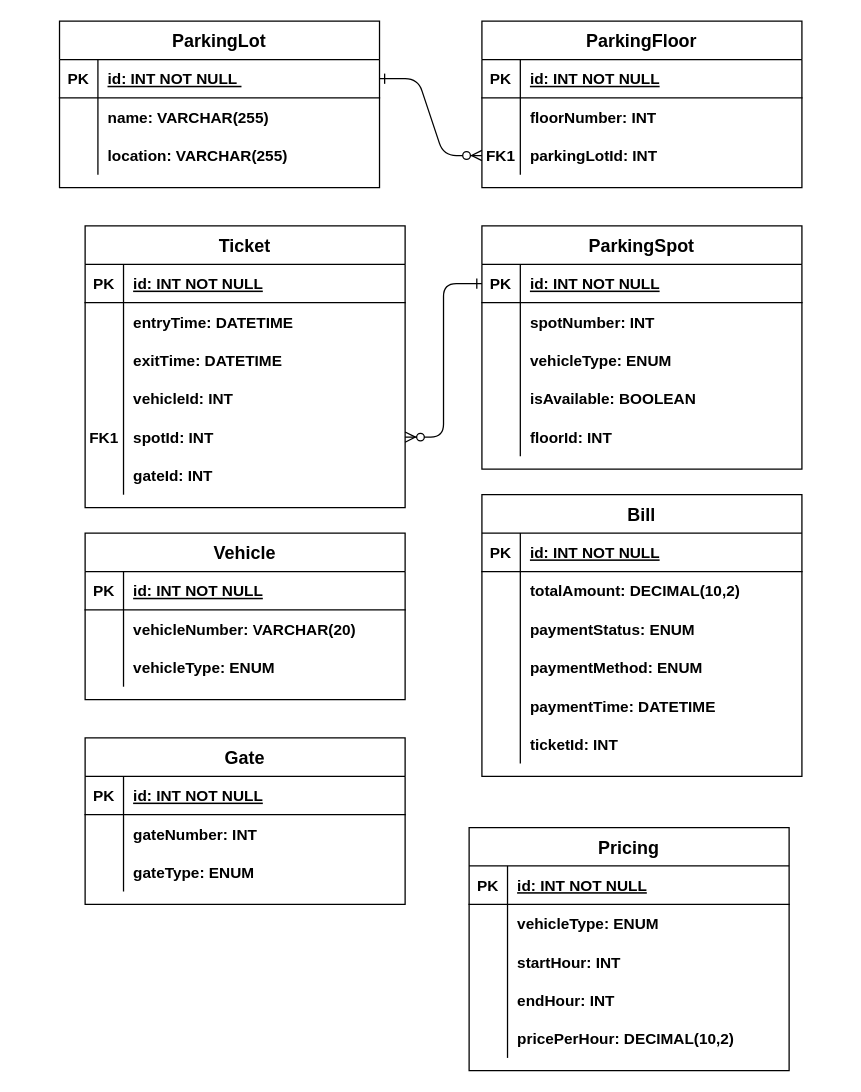
Before: Parkinglot-Schema-Diagram.drawio in geeky-sanjay/class-diagrams, a draw.io diagram. Source tidied: cells renumbered, new cells numbered last; positions are measured from the earlier drawing's top-left corner, leaving out a move shared by most shapes. Both pictures are drawn from the tidied source at 128%, with x=0, y=0 at pixel (59, 20).
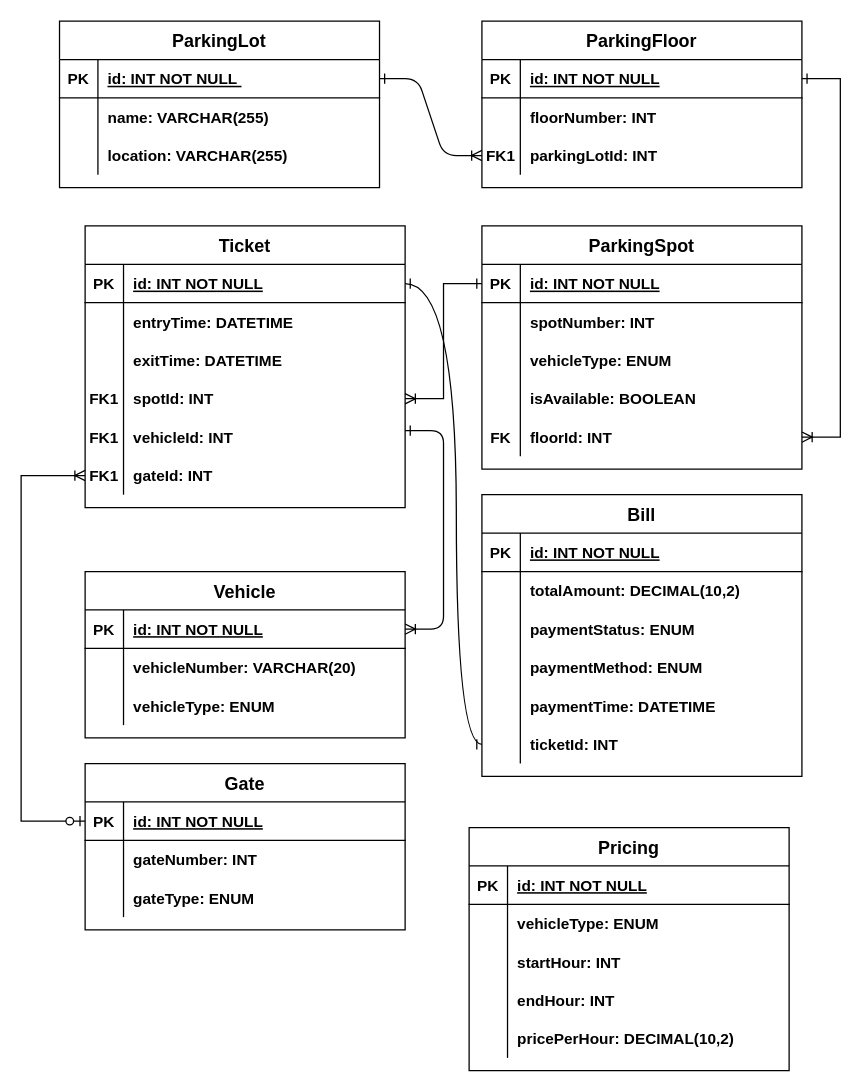
After the change.

Unchanged cells that the change refers to:
```xml
<mxCell id="4" style="shape=partialRectangle;fillColor=none;points=[[0,0.5],[1,0.5]];portConstraint=eastwest;top=0;left=0;right=0;bottom=1;" parent="3" vertex="1">
  <mxGeometry y="30" width="250" height="30" as="geometry" />
</mxCell>
<mxCell id="10" style="shape=partialRectangle;fillColor=none;points=[[0,0.5],[1,0.5]];portConstraint=eastwest;top=0;left=0;right=0;bottom=0;" parent="3" vertex="1">
  <mxGeometry y="90" width="250" height="30" as="geometry" />
</mxCell>
<mxCell id="14" style="shape=partialRectangle;fillColor=none;points=[[0,0.5],[1,0.5]];portConstraint=eastwest;top=0;left=0;right=0;bottom=1;" parent="13" vertex="1">
  <mxGeometry y="30" width="250" height="30" as="geometry" />
</mxCell>
<mxCell id="26" style="shape=partialRectangle;fillColor=none;points=[[0,0.5],[1,0.5]];portConstraint=eastwest;top=0;left=0;right=0;bottom=0;" parent="13" vertex="1">
  <mxGeometry y="150" width="250" height="30" as="geometry" />
</mxCell>
<mxCell id="30" style="shape=partialRectangle;fillColor=none;points=[[0,0.5],[1,0.5]];portConstraint=eastwest;top=0;left=0;right=0;bottom=1;" parent="29" vertex="1">
  <mxGeometry y="30" width="250" height="30" as="geometry" />
</mxCell>
<mxCell id="40" style="shape=partialRectangle;fillColor=none;points=[[0,0.5],[1,0.5]];portConstraint=eastwest;top=0;left=0;right=0;bottom=1;" parent="39" vertex="1">
  <mxGeometry y="30" width="250" height="30" as="geometry" />
</mxCell>
<mxCell id="49" style="shape=partialRectangle;fillColor=none;points=[[0,0.5],[1,0.5]];portConstraint=eastwest;top=0;left=0;right=0;bottom=0;" parent="39" vertex="1">
  <mxGeometry y="120" width="250" height="30" as="geometry" />
</mxCell>
<mxCell id="52" style="shape=partialRectangle;fillColor=none;points=[[0,0.5],[1,0.5]];portConstraint=eastwest;top=0;left=0;right=0;bottom=0;" parent="39" vertex="1">
  <mxGeometry y="150" width="250" height="30" as="geometry" />
</mxCell>
<mxCell id="55" style="shape=partialRectangle;fillColor=none;points=[[0,0.5],[1,0.5]];portConstraint=eastwest;top=0;left=0;right=0;bottom=0;" parent="39" vertex="1">
  <mxGeometry y="180" width="250" height="30" as="geometry" />
</mxCell>
<mxCell id="60" style="shape=partialRectangle;fillColor=none;points=[[0,0.5],[1,0.5]];portConstraint=eastwest;top=0;left=0;right=0;bottom=1;" parent="59" vertex="1">
  <mxGeometry y="30" width="250" height="30" as="geometry" />
</mxCell>
<mxCell id="85" style="shape=partialRectangle;fillColor=none;points=[[0,0.5],[1,0.5]];portConstraint=eastwest;top=0;left=0;right=0;bottom=0;" parent="69" vertex="1">
  <mxGeometry y="180" width="250" height="30" as="geometry" />
</mxCell>
<mxCell id="89" style="shape=partialRectangle;fillColor=none;points=[[0,0.5],[1,0.5]];portConstraint=eastwest;top=0;left=0;right=0;bottom=1;" parent="88" vertex="1">
  <mxGeometry y="30" width="250" height="30" as="geometry" />
</mxCell>
```

Diff of the diagram source:
```diff
@@
-    <mxCell id="2" style="edgeStyle=entityRelationEdgeStyle;endArrow=ERzeroToMany;startArrow=ERone;endFill=1;startFill=0;entryX=0;entryY=0.5;entryDx=0;entryDy=0;" parent="1" edge="1" source="30" target="10">
+    <mxCell id="2" style="edgeStyle=entityRelationEdgeStyle;endArrow=ERoneToMany;startArrow=ERone;endFill=0;startFill=0;entryX=0;entryY=0.5;entryDx=0;entryDy=0;" parent="1" edge="1" source="30" target="10">
       <mxGeometry relative="1" as="geometry">
         <Array as="points">
           <mxPoint x="310" y="80" />
         </Array>
       </mxGeometry>
     </mxCell>
@@
-    <mxCell id="27" style="shape=partialRectangle;overflow=hidden;fillColor=none;top=0;left=0;bottom=0;right=0;" parent="26" vertex="1">
+    <mxCell id="27" value="FK" style="shape=partialRectangle;overflow=hidden;fillColor=none;top=0;left=0;bottom=0;right=0;fontStyle=1;" parent="26" vertex="1">
       <mxGeometry width="30" height="30" as="geometry" />
     </mxCell>
@@
-    <mxCell id="50" style="shape=partialRectangle;overflow=hidden;fillColor=none;top=0;left=0;bottom=0;right=0;" parent="49" vertex="1">
+    <mxCell id="50" value="FK1" style="shape=partialRectangle;overflow=hidden;fillColor=none;top=0;left=0;bottom=0;right=0;fontStyle=1;" parent="49" vertex="1">
       <mxGeometry width="30" height="30" as="geometry" />
     </mxCell>
-    <mxCell id="51" value="vehicleId: INT " style="shape=partialRectangle;overflow=hidden;fillColor=none;top=0;left=0;bottom=0;right=0;align=left;spacingLeft=6;fontStyle=1;" parent="49" vertex="1">
+    <mxCell id="51" value="spotId: INT" style="shape=partialRectangle;overflow=hidden;fillColor=none;top=0;left=0;bottom=0;right=0;align=left;spacingLeft=6;fontStyle=1;" parent="49" vertex="1">
       <mxGeometry x="30" width="220" height="30" as="geometry" />
     </mxCell>
@@
-    <mxCell id="54" value="spotId: INT  " style="shape=partialRectangle;overflow=hidden;fillColor=none;top=0;left=0;bottom=0;right=0;align=left;spacingLeft=6;fontStyle=1;" parent="52" vertex="1">
-      <mxGeometry x="30" width="220" height="30" as="geometry" />
-    </mxCell>
+    <mxCell id="114" value="vehicleId: INT" style="shape=partialRectangle;overflow=hidden;fillColor=none;top=0;left=0;bottom=0;right=0;align=left;spacingLeft=6;fontStyle=1;" parent="52" vertex="1">
+      <mxGeometry x="30" width="220" height="30" as="geometry" />
+    </mxCell>
@@
-    <mxCell id="56" style="shape=partialRectangle;overflow=hidden;fillColor=none;top=0;left=0;bottom=0;right=0;" parent="55" vertex="1">
+    <mxCell id="56" value="FK1" style="shape=partialRectangle;overflow=hidden;fillColor=none;top=0;left=0;bottom=0;right=0;fontStyle=1;" parent="55" vertex="1">
       <mxGeometry width="30" height="30" as="geometry" />
     </mxCell>
@@
-    <mxCell id="58" style="edgeStyle=entityRelationEdgeStyle;endArrow=ERzeroToMany;startArrow=ERone;endFill=1;startFill=0;exitX=0;exitY=0.5;exitDx=0;exitDy=0;" parent="1" edge="1" source="14" target="52">
+    <mxCell id="58" style="edgeStyle=entityRelationEdgeStyle;endArrow=ERoneToMany;startArrow=ERone;endFill=0;startFill=0;exitX=0;exitY=0.5;exitDx=0;exitDy=0;entryX=1;entryY=0.5;entryDx=0;entryDy=0;" parent="1" edge="1" target="60">
       <mxGeometry relative="1" as="geometry">
+        <mxPoint x="270" y="320" as="sourcePoint" />
         <Array as="points">
-          <mxPoint x="340" y="385" />
+          <mxPoint x="280" y="500" />
+          <mxPoint x="220" y="435" />
+          <mxPoint x="280" y="500" />
+          <mxPoint x="280" y="490" />
         </Array>
       </mxGeometry>
     </mxCell>
     <mxCell id="59" value="Vehicle                 " style="shape=table;startSize=30;childLayout=tableLayout;rowLines=0;fontStyle=1;align=center;fontSize=14;" parent="1" vertex="1">
-      <mxGeometry x="20" y="400" width="250" height="130" as="geometry" />
+      <mxGeometry x="20" y="430" width="250" height="130" as="geometry" />
     </mxCell>
@@
     <mxCell id="88" value="Gate                 " style="shape=table;startSize=30;childLayout=tableLayout;rowLines=0;fontStyle=1;align=center;fontSize=14;" parent="1" vertex="1">
-      <mxGeometry x="20" y="560" width="250" height="130" as="geometry" />
+      <mxGeometry x="20" y="580" width="250" height="130" as="geometry" />
     </mxCell>
@@
+    <mxCell id="115" style="edgeStyle=entityRelationEdgeStyle;fontSize=12;html=1;endArrow=ERone;startArrow=ERoneToMany;rounded=0;exitX=1;exitY=0.5;exitDx=0;exitDy=0;startFill=0;endFill=0;" parent="1" edge="1" source="49">
+      <mxGeometry relative="1" as="geometry">
+        <mxPoint x="330" y="205" as="targetPoint" />
+      </mxGeometry>
+    </mxCell>
+    <mxCell id="116" style="edgeStyle=entityRelationEdgeStyle;fontSize=12;html=1;endArrow=ERone;startArrow=ERoneToMany;rounded=0;entryX=1;entryY=0.5;entryDx=0;entryDy=0;exitX=1;exitY=0.5;exitDx=0;exitDy=0;endFill=0;startFill=0;" parent="1" edge="1" source="26" target="4">
+      <mxGeometry relative="1" as="geometry" />
+    </mxCell>
+    <mxCell id="117" style="edgeStyle=orthogonalEdgeStyle;fontSize=12;html=1;endArrow=ERoneToMany;startArrow=ERzeroToOne;rounded=0;exitX=0;exitY=0.5;exitDx=0;exitDy=0;entryX=0;entryY=0.5;entryDx=0;entryDy=0;" parent="1" edge="1" source="89" target="55">
+      <mxGeometry relative="1" as="geometry">
+        <Array as="points">
+          <mxPoint x="-30" y="625" />
+          <mxPoint x="-30" y="355" />
+        </Array>
+      </mxGeometry>
+    </mxCell>
+    <mxCell id="118" style="edgeStyle=orthogonalEdgeStyle;fontSize=12;html=1;endArrow=ERone;startArrow=ERone;rounded=0;entryX=1;entryY=0.5;entryDx=0;entryDy=0;curved=1;exitX=0;exitY=0.5;exitDx=0;exitDy=0;endFill=0;startFill=0;" parent="1" edge="1" source="85" target="40">
+      <mxGeometry relative="1" as="geometry">
+        <Array as="points">
+          <mxPoint x="310" y="565" />
+          <mxPoint x="310" y="205" />
+        </Array>
+      </mxGeometry>
+    </mxCell>
```
